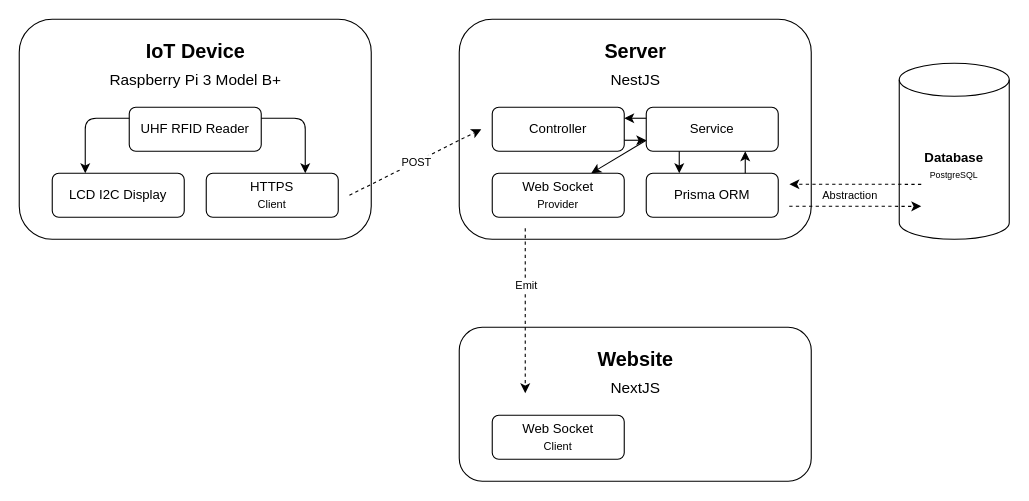
Above: diagram/system-architecture-diagram/system-architecture-diagram.drawio in NotHydra/pari (draw.io), before the change. Source tidied: cells renumbered, new cells numbered last; positions are measured from the earlier drawing's top-left corner, leaving out a move shared by most shapes. Both pictures are drawn from the tidied source at 110%, with x=0, y=0 at pixel (19, 19).
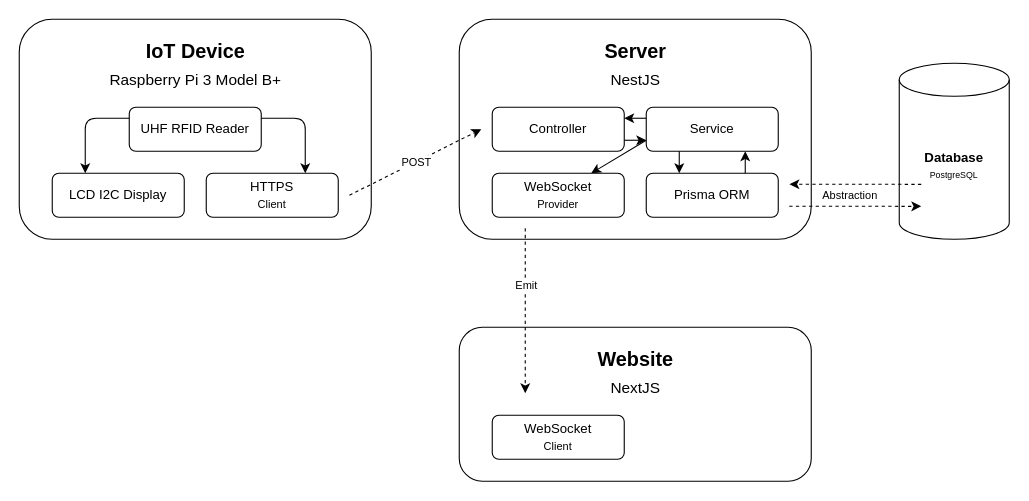
The same diagram, later.

Commit message (it also covers changes not shown here):
feat(diagram): adjust text

Change to the diagram source:
```diff
@@
-    <mxCell id="26" value="Web Socket&lt;div&gt;&lt;font style=&quot;font-size: 10px;&quot;&gt;Provider&lt;/font&gt;&lt;/div&gt;" style="rounded=1;whiteSpace=wrap;html=1;" parent="1" vertex="1">
+    <mxCell id="26" value="Web&lt;span style=&quot;background-color: initial;&quot;&gt;Socket&lt;/span&gt;&lt;div&gt;&lt;div&gt;&lt;font style=&quot;font-size: 10px;&quot;&gt;Provider&lt;/font&gt;&lt;/div&gt;&lt;/div&gt;" style="rounded=1;whiteSpace=wrap;html=1;" parent="1" vertex="1">
       <mxGeometry x="430" y="140" width="120" height="40" as="geometry" />
     </mxCell>
@@
-    <mxCell id="31" value="Web Socket&lt;div&gt;&lt;font style=&quot;font-size: 10px;&quot;&gt;Client&lt;/font&gt;&lt;/div&gt;" style="rounded=1;whiteSpace=wrap;html=1;" parent="1" vertex="1">
+    <mxCell id="31" value="WebSocket&lt;div&gt;&lt;font style=&quot;font-size: 10px;&quot;&gt;Client&lt;/font&gt;&lt;/div&gt;" style="rounded=1;whiteSpace=wrap;html=1;" parent="1" vertex="1">
       <mxGeometry x="430" y="360" width="120" height="40" as="geometry" />
     </mxCell>
```
